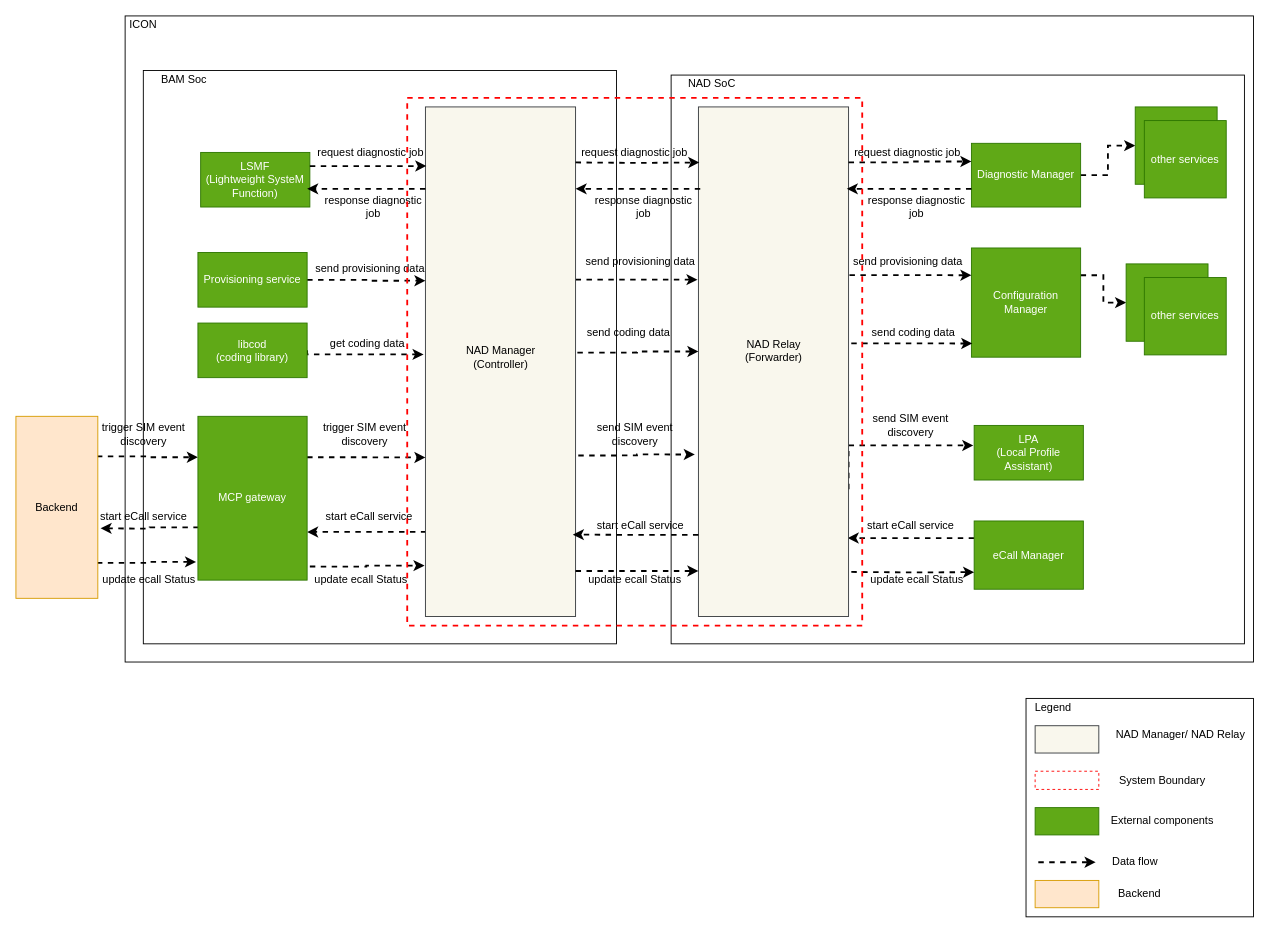
The draw.io diagram page "Nadmgr_nadproxy" (3 of 6) of doc/SA cert/Design/system_context.drawio in taikt/codefun, before the edit. Source tidied: cells renumbered, new cells numbered last; positions are measured from the earlier drawing's top-left corner, leaving out a move shared by most shapes. Both pictures are drawn from the tidied source at 91%, with x=0, y=0 at pixel (15, 15).
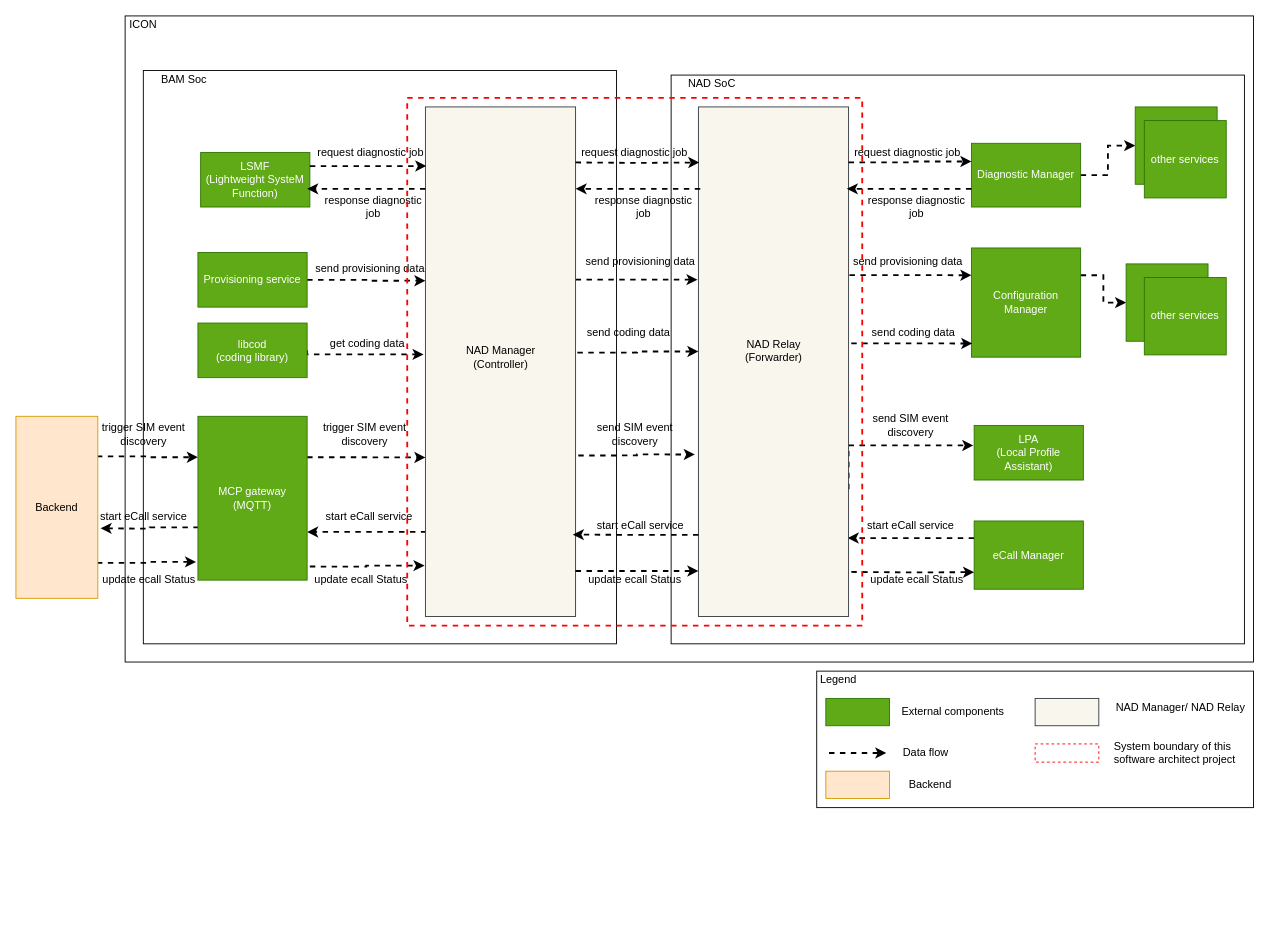
The same page after the edit.

What changed in the source:
```diff
@@
     <mxCell id="13" style="rounded=0;whiteSpace=wrap;html=1;" parent="1" vertex="1">
-      <mxGeometry x="1110" y="750" width="250" height="240" as="geometry" />
+      <mxGeometry x="880" y="720" width="480" height="150" as="geometry" />
     </mxCell>
     <mxCell id="14" value="Legend" style="text;html=1;strokeColor=none;fillColor=none;align=center;verticalAlign=middle;whiteSpace=wrap;rounded=0;" parent="1" vertex="1">
-      <mxGeometry x="1120" y="750" width="40" height="20" as="geometry" />
+      <mxGeometry x="883.5" y="720" width="40" height="20" as="geometry" />
     </mxCell>
     <mxCell id="15" style="rounded=0;whiteSpace=wrap;html=1;fillColor=#f9f7ed;strokeColor=#36393d;" parent="1" vertex="1">
-      <mxGeometry x="1120" y="780" width="70" height="30" as="geometry" />
+      <mxGeometry x="1120" y="750" width="70" height="30" as="geometry" />
     </mxCell>
     <mxCell id="16" style="rounded=0;whiteSpace=wrap;html=1;fillColor=#60a917;strokeColor=#2D7600;fontColor=#ffffff;" parent="1" vertex="1">
-      <mxGeometry x="1120" y="870" width="70" height="30" as="geometry" />
+      <mxGeometry x="890" y="750" width="70" height="30" as="geometry" />
     </mxCell>
     <mxCell id="17" value="NAD Manager/ NAD Relay" style="text;html=1;strokeColor=none;fillColor=none;align=center;verticalAlign=middle;whiteSpace=wrap;rounded=0;" parent="1" vertex="1">
-      <mxGeometry x="1200" y="780" width="160" height="20" as="geometry" />
+      <mxGeometry x="1200" y="750" width="160" height="20" as="geometry" />
     </mxCell>
     <mxCell id="18" style="rounded=0;whiteSpace=wrap;html=1;dashed=1;strokeColor=#FF0000;fillColor=none;" parent="1" vertex="1">
-      <mxGeometry x="1120" y="830" width="70" height="20" as="geometry" />
+      <mxGeometry x="1120" y="800" width="70" height="20" as="geometry" />
     </mxCell>
-    <mxCell id="19" value="System Boundary" style="text;html=1;strokeColor=none;fillColor=none;align=center;verticalAlign=middle;whiteSpace=wrap;rounded=0;" parent="1" vertex="1">
-      <mxGeometry x="1180" y="830" width="160" height="20" as="geometry" />
+    <mxCell id="19" value="System boundary of this software architect project" style="text;html=1;strokeColor=none;fillColor=none;align=left;verticalAlign=middle;whiteSpace=wrap;rounded=0;" parent="1" vertex="1">
+      <mxGeometry x="1205" y="800" width="160" height="20" as="geometry" />
     </mxCell>
     <mxCell id="20" value="External components" style="text;html=1;strokeColor=none;fillColor=none;align=center;verticalAlign=middle;whiteSpace=wrap;rounded=0;" parent="1" vertex="1">
-      <mxGeometry x="1180" y="875" width="160" height="20" as="geometry" />
+      <mxGeometry x="950" y="755" width="160" height="20" as="geometry" />
     </mxCell>
     <mxCell id="21" style="edgeStyle=orthogonalEdgeStyle;rounded=0;orthogonalLoop=1;jettySize=auto;html=1;dashed=1;strokeWidth=2;" parent="1" edge="1">
       <mxGeometry relative="1" as="geometry">
-        <mxPoint x="1123.5" y="930" as="sourcePoint" />
-        <mxPoint x="1186.5" y="930" as="targetPoint" />
+        <mxPoint x="893.5" y="810" as="sourcePoint" />
+        <mxPoint x="956.5" y="810" as="targetPoint" />
       </mxGeometry>
     </mxCell>
     <mxCell id="22" value="Data flow" style="text;html=1;strokeColor=none;fillColor=none;align=center;verticalAlign=middle;whiteSpace=wrap;rounded=0;" parent="1" vertex="1">
-      <mxGeometry x="1150" y="920" width="160" height="20" as="geometry" />
+      <mxGeometry x="920" y="800" width="160" height="20" as="geometry" />
     </mxCell>
@@
-    <mxCell id="38" value="MCP gateway" style="rounded=0;whiteSpace=wrap;html=1;strokeColor=#2D7600;fillColor=#60a917;fontColor=#ffffff;" parent="1" vertex="1">
+    <mxCell id="38" value="MCP gateway&lt;br&gt;(MQTT)" style="rounded=0;whiteSpace=wrap;html=1;strokeColor=#2D7600;fillColor=#60a917;fontColor=#ffffff;" parent="1" vertex="1">
       <mxGeometry x="200" y="440" width="120" height="180" as="geometry" />
     </mxCell>
@@
     <mxCell id="85" style="rounded=0;whiteSpace=wrap;html=1;fillColor=#ffe6cc;strokeColor=#d79b00;" parent="1" vertex="1">
-      <mxGeometry x="1120" y="950" width="70" height="30" as="geometry" />
+      <mxGeometry x="890" y="830" width="70" height="30" as="geometry" />
     </mxCell>
     <mxCell id="86" value="Backend" style="text;html=1;strokeColor=none;fillColor=none;align=center;verticalAlign=middle;whiteSpace=wrap;rounded=0;" parent="1" vertex="1">
-      <mxGeometry x="1155" y="955" width="160" height="20" as="geometry" />
+      <mxGeometry x="925" y="835" width="160" height="20" as="geometry" />
     </mxCell>
```
